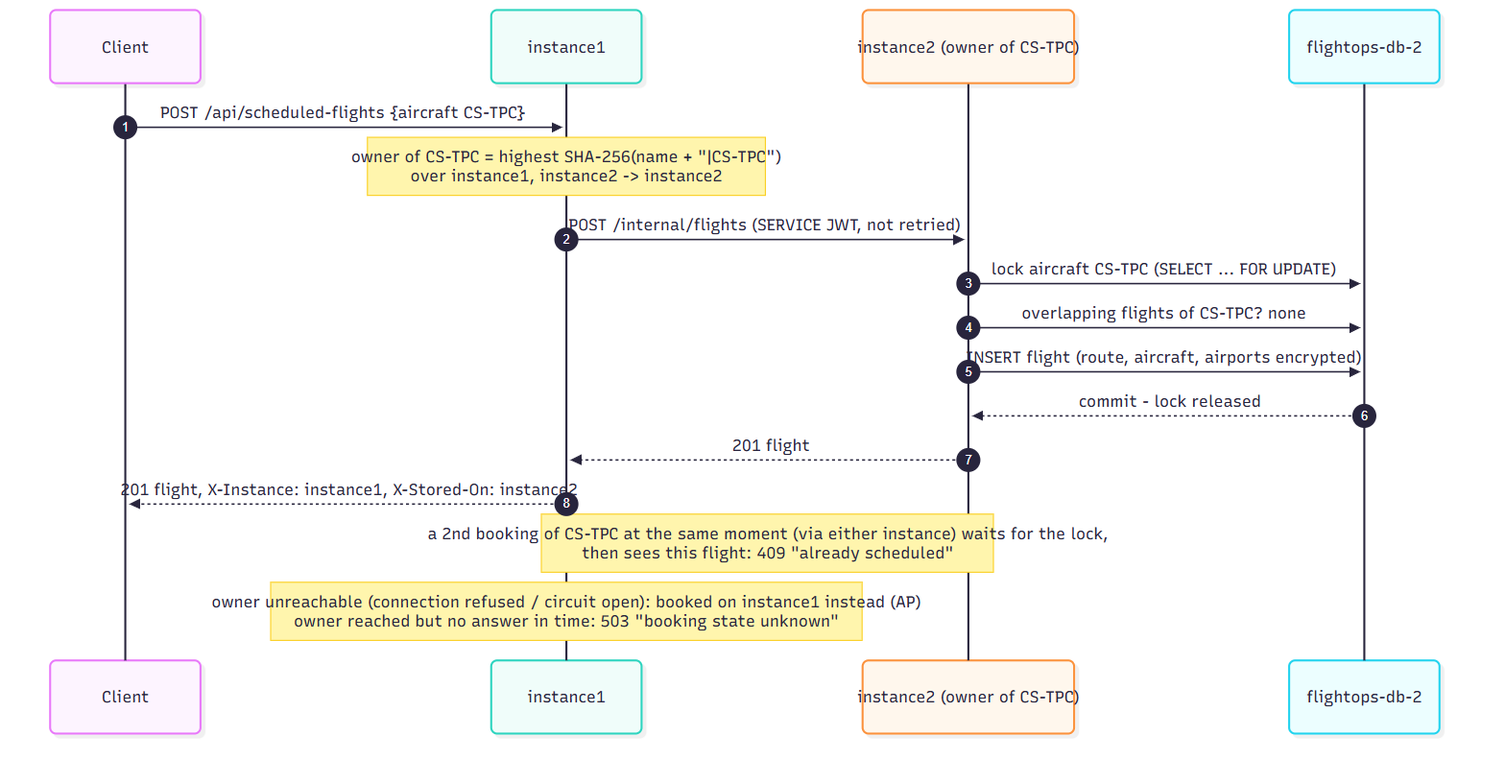
This is docs/diagrams/5-booking-sharded.png from ImJay1527/flight-operations-service, a Mermaid export, as it was before one commit. Its source is kept beside it as docs/diagrams/5-booking-sharded.mmd.
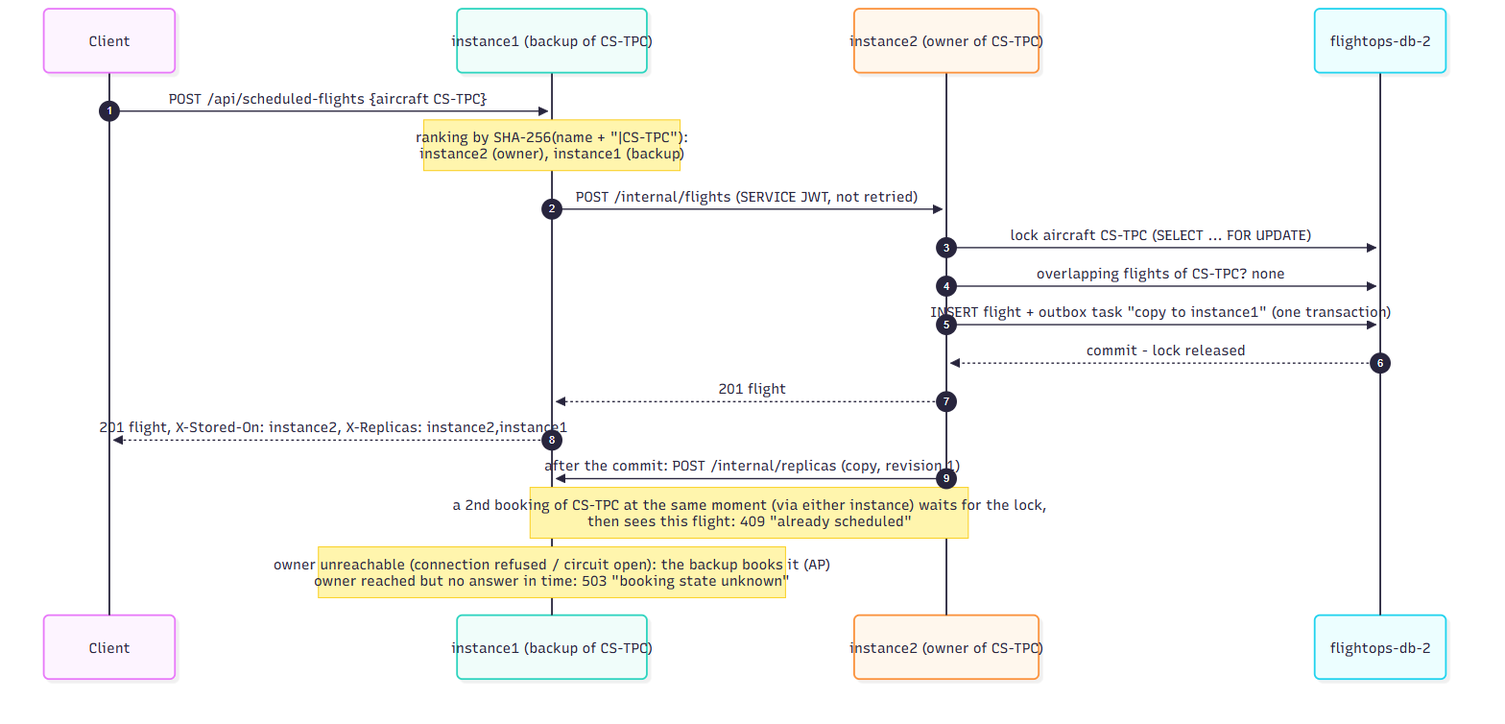
The same diagram one commit later.

Change to the diagram source:
```diff
@@ -1,18 +1,19 @@
 sequenceDiagram
     autonumber
     participant C as Client
-    participant I1 as instance1
+    participant I1 as instance1 (backup of CS-TPC)
     participant I2 as instance2 (owner of CS-TPC)
     participant DB2 as flightops-db-2
 
     C->>I1: POST /api/scheduled-flights {aircraft CS-TPC}
-    Note over I1: owner of CS-TPC = highest SHA-256(name + "|CS-TPC")<br/>over instance1, instance2 -> instance2
+    Note over I1: ranking by SHA-256(name + "|CS-TPC"):<br/>instance2 (owner), instance1 (backup)
     I1->>I2: POST /internal/flights (SERVICE JWT, not retried)
     I2->>DB2: lock aircraft CS-TPC (SELECT ... FOR UPDATE)
     I2->>DB2: overlapping flights of CS-TPC? none
-    I2->>DB2: INSERT flight (route, aircraft, airports encrypted)
+    I2->>DB2: INSERT flight + outbox task "copy to instance1" (one transaction)
     DB2-->>I2: commit - lock released
     I2-->>I1: 201 flight
-    I1-->>C: 201 flight, X-Instance: instance1, X-Stored-On: instance2
+    I1-->>C: 201 flight, X-Stored-On: instance2, X-Replicas: instance2,instance1
+    I2->>I1: after the commit: POST /internal/replicas (copy, revision 1)
     Note over I1,I2: a 2nd booking of CS-TPC at the same moment (via either instance) waits for the lock,<br/>then sees this flight: 409 "already scheduled"
-    Note over I1: owner unreachable (connection refused / circuit open): booked on instance1 instead (AP)<br/>owner reached but no answer in time: 503 "booking state unknown"
+    Note over I1: owner unreachable (connection refused / circuit open): the backup books it (AP)<br/>owner reached but no answer in time: 503 "booking state unknown"
```
